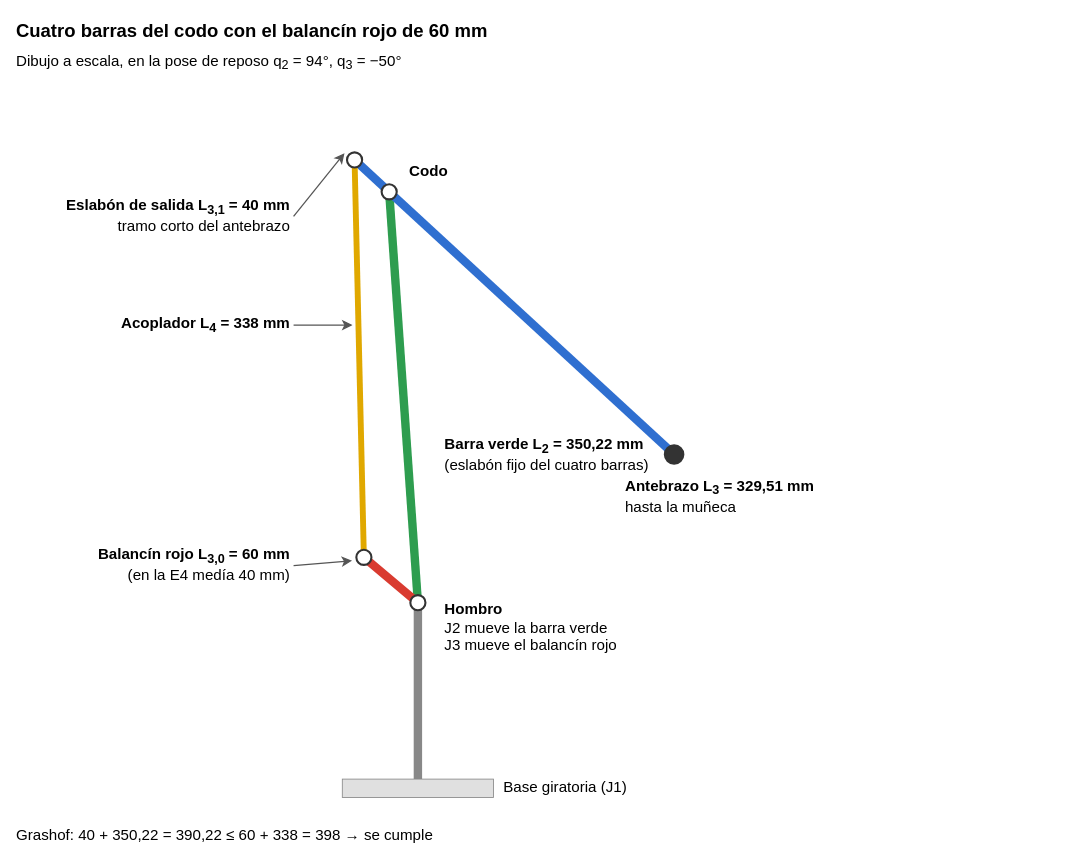
HecVelaz/recolector_de_frutas keeps this draw.io diagram as docs/TPF R1/Entrega 7/Diagramas/fig_cuatro_barras_60mm.drawio. Above is the earlier version. Source tidied: cells renumbered, new cells numbered last; positions are measured from the earlier drawing's top-left corner, leaving out a move shared by most shapes. Both pictures are drawn from the tidied source at 84%, with x=0, y=0 at pixel (14, 14).
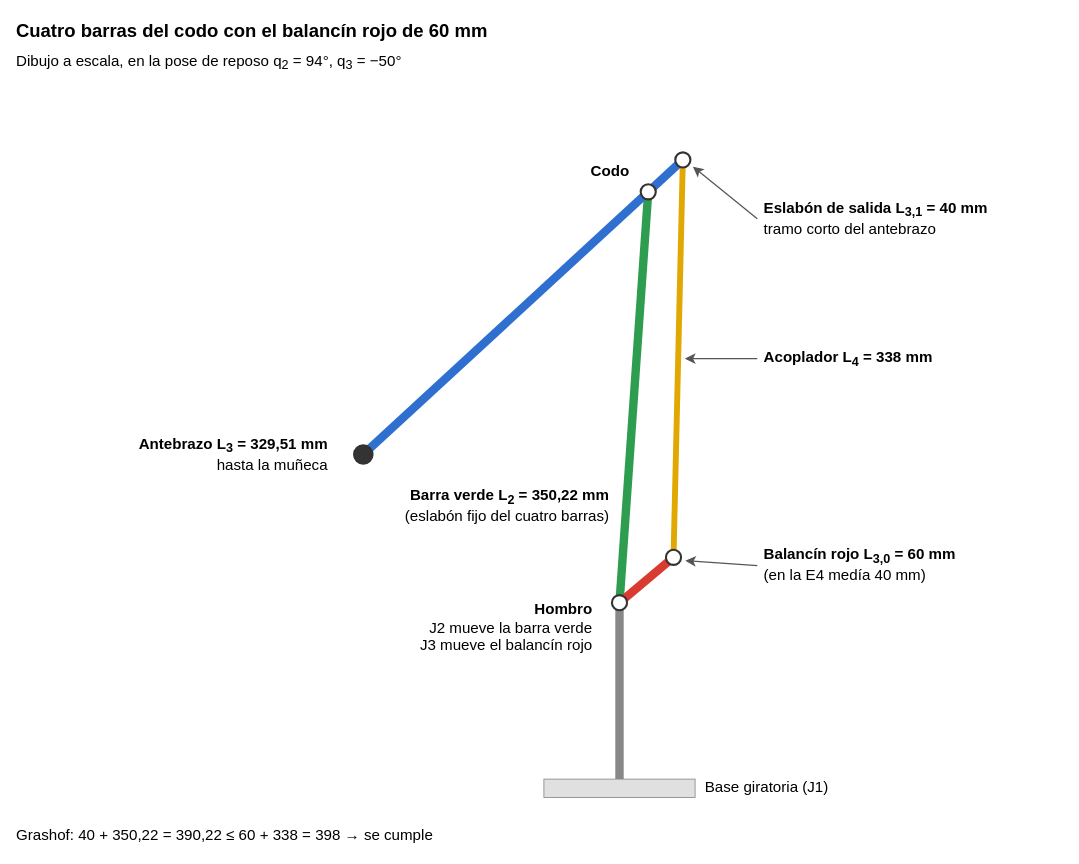
Above is the later version.

Commit message (it also covers changes not shown here):
Entrega 7: Fig. 3b espejada (antebrazo hacia la izquierda, como la Fig. 3)

Diff of the diagram source:
```diff
@@
     <mxCell id="2" style="rounded=0;fillColor=#e0e0e0;strokeColor=#888888;" parent="1" vertex="1">
-      <mxGeometry x="390" y="910" width="180" height="22" as="geometry" />
+      <mxGeometry x="630" y="910" width="180" height="22" as="geometry" />
     </mxCell>
     <mxCell id="3" style="endArrow=none;html=1;strokeColor=#888888;strokeWidth=10;rounded=0;" parent="1" edge="1">
       <mxGeometry relative="1" as="geometry">
-        <mxPoint x="480" y="910" as="sourcePoint" />
-        <mxPoint x="480" y="700" as="targetPoint" />
+        <mxPoint x="720" y="910" as="sourcePoint" />
+        <mxPoint x="720" y="700" as="targetPoint" />
       </mxGeometry>
     </mxCell>
     <mxCell id="4" style="endArrow=none;html=1;strokeColor=#2e9d4f;strokeWidth=10;rounded=0;" parent="1" edge="1">
       <mxGeometry relative="1" as="geometry">
-        <mxPoint x="480" y="700" as="sourcePoint" />
-        <mxPoint x="445.8" y="210.9" as="targetPoint" />
+        <mxPoint x="720" y="700" as="sourcePoint" />
+        <mxPoint x="754.2" y="210.9" as="targetPoint" />
       </mxGeometry>
     </mxCell>
     <mxCell id="5" style="endArrow=none;html=1;strokeColor=#2f6fd0;strokeWidth=10;rounded=0;" parent="1" edge="1">
       <mxGeometry relative="1" as="geometry">
-        <mxPoint x="445.8" y="210.9" as="sourcePoint" />
-        <mxPoint x="785" y="523.5" as="targetPoint" />
+        <mxPoint x="754.2" y="210.9" as="sourcePoint" />
+        <mxPoint x="415" y="523.5" as="targetPoint" />
       </mxGeometry>
     </mxCell>
     <mxCell id="6" style="endArrow=none;html=1;strokeColor=#2f6fd0;strokeWidth=10;rounded=0;" parent="1" edge="1">
       <mxGeometry relative="1" as="geometry">
-        <mxPoint x="445.8" y="210.9" as="sourcePoint" />
-        <mxPoint x="404.6" y="172.9" as="targetPoint" />
+        <mxPoint x="754.2" y="210.9" as="sourcePoint" />
+        <mxPoint x="795.4" y="172.9" as="targetPoint" />
       </mxGeometry>
     </mxCell>
     <mxCell id="7" style="endArrow=none;html=1;strokeColor=#d93b30;strokeWidth=10;rounded=0;" parent="1" edge="1">
       <mxGeometry relative="1" as="geometry">
-        <mxPoint x="480" y="700" as="sourcePoint" />
-        <mxPoint x="415.7" y="646" as="targetPoint" />
+        <mxPoint x="720" y="700" as="sourcePoint" />
+        <mxPoint x="784.3" y="646" as="targetPoint" />
       </mxGeometry>
     </mxCell>
     <mxCell id="8" style="endArrow=none;html=1;strokeColor=#e0a800;strokeWidth=7;rounded=0;" parent="1" edge="1">
       <mxGeometry relative="1" as="geometry">
-        <mxPoint x="415.7" y="646" as="sourcePoint" />
-        <mxPoint x="404.6" y="172.9" as="targetPoint" />
+        <mxPoint x="784.3" y="646" as="sourcePoint" />
+        <mxPoint x="795.4" y="172.9" as="targetPoint" />
       </mxGeometry>
     </mxCell>
     <mxCell id="9" style="ellipse;fillColor=#ffffff;strokeColor=#333333;strokeWidth=2.5;" parent="1" vertex="1">
-      <mxGeometry x="471" y="691" width="18" height="18" as="geometry" />
+      <mxGeometry x="711" y="691" width="18" height="18" as="geometry" />
     </mxCell>
     <mxCell id="10" style="ellipse;fillColor=#ffffff;strokeColor=#333333;strokeWidth=2.5;" parent="1" vertex="1">
-      <mxGeometry x="436.8" y="201.9" width="18" height="18" as="geometry" />
+      <mxGeometry x="745.2" y="201.9" width="18" height="18" as="geometry" />
     </mxCell>
     <mxCell id="11" style="ellipse;fillColor=#ffffff;strokeColor=#333333;strokeWidth=2.5;" parent="1" vertex="1">
-      <mxGeometry x="406.7" y="637" width="18" height="18" as="geometry" />
+      <mxGeometry x="775.3" y="637" width="18" height="18" as="geometry" />
     </mxCell>
     <mxCell id="12" style="ellipse;fillColor=#ffffff;strokeColor=#333333;strokeWidth=2.5;" parent="1" vertex="1">
-      <mxGeometry x="395.6" y="163.9" width="18" height="18" as="geometry" />
+      <mxGeometry x="786.4" y="163.9" width="18" height="18" as="geometry" />
     </mxCell>
     <mxCell id="13" style="ellipse;fillColor=#333333;strokeColor=#333333;strokeWidth=2.5;" parent="1" vertex="1">
-      <mxGeometry x="774" y="512.5" width="22" height="22" as="geometry" />
+      <mxGeometry x="404" y="512.5" width="22" height="22" as="geometry" />
     </mxCell>
     <mxCell id="14" value="&lt;b&gt;Cuatro barras del codo con el balancín rojo de 60 mm&lt;/b&gt;" style="text;html=1;align=left;verticalAlign=middle;whiteSpace=wrap;fontSize=22;fontFamily=Helvetica;" parent="1" vertex="1">
-      <mxGeometry width="900" height="40" as="geometry" />
+      <mxGeometry width="1000" height="40" as="geometry" />
     </mxCell>
     <mxCell id="15" value="Dibujo a escala, en la pose de reposo q&lt;sub&gt;2&lt;/sub&gt; = 94°, q&lt;sub&gt;3&lt;/sub&gt; = −50°" style="text;html=1;align=left;verticalAlign=middle;whiteSpace=wrap;fontSize=18;fontFamily=Helvetica;" parent="1" vertex="1">
-      <mxGeometry y="42" width="900" height="30" as="geometry" />
+      <mxGeometry y="42" width="1000" height="30" as="geometry" />
     </mxCell>
-    <mxCell id="16" value="&lt;b&gt;Hombro&lt;/b&gt;&lt;br&gt;J2 mueve la barra verde&lt;br&gt;J3 mueve el balancín rojo" style="text;html=1;align=left;verticalAlign=middle;whiteSpace=wrap;fontSize=18;fontFamily=Helvetica;" parent="1" vertex="1">
-      <mxGeometry x="510" y="690" width="300" height="80" as="geometry" />
+    <mxCell id="16" value="&lt;b&gt;Hombro&lt;/b&gt;&lt;br&gt;J2 mueve la barra verde&lt;br&gt;J3 mueve el balancín rojo" style="text;html=1;align=right;verticalAlign=middle;whiteSpace=wrap;fontSize=18;fontFamily=Helvetica;" parent="1" vertex="1">
+      <mxGeometry x="390" y="690" width="300" height="80" as="geometry" />
     </mxCell>
-    <mxCell id="17" value="&lt;b&gt;Balancín rojo L&lt;sub&gt;3,0&lt;/sub&gt; = 60 mm&lt;/b&gt;&lt;br&gt;(en la E4 medía 40 mm)" style="text;html=1;align=right;verticalAlign=middle;whiteSpace=wrap;fontSize=18;fontFamily=Helvetica;" parent="1" vertex="1">
-      <mxGeometry y="626" width="330" height="60" as="geometry" />
+    <mxCell id="17" value="&lt;b&gt;Balancín rojo L&lt;sub&gt;3,0&lt;/sub&gt; = 60 mm&lt;/b&gt;&lt;br&gt;(en la E4 medía 40 mm)" style="text;html=1;align=left;verticalAlign=middle;whiteSpace=wrap;fontSize=18;fontFamily=Helvetica;" parent="1" vertex="1">
+      <mxGeometry x="890" y="626" width="340" height="60" as="geometry" />
     </mxCell>
     <mxCell id="18" style="endArrow=classic;html=1;strokeColor=#555555;strokeWidth=1.5;endSize=8;" parent="1" edge="1">
       <mxGeometry relative="1" as="geometry">
-        <mxPoint x="332" y="656" as="sourcePoint" />
-        <mxPoint x="401.7" y="650" as="targetPoint" />
+        <mxPoint x="884" y="656" as="sourcePoint" />
+        <mxPoint x="798.3" y="650" as="targetPoint" />
       </mxGeometry>
     </mxCell>
-    <mxCell id="19" value="&lt;b&gt;Eslabón de salida L&lt;sub&gt;3,1&lt;/sub&gt; = 40 mm&lt;/b&gt;&lt;br&gt;tramo corto del antebrazo" style="text;html=1;align=right;verticalAlign=middle;whiteSpace=wrap;fontSize=18;fontFamily=Helvetica;" parent="1" vertex="1">
-      <mxGeometry y="210" width="330" height="60" as="geometry" />
+    <mxCell id="19" value="&lt;b&gt;Eslabón de salida L&lt;sub&gt;3,1&lt;/sub&gt; = 40 mm&lt;/b&gt;&lt;br&gt;tramo corto del antebrazo" style="text;html=1;align=left;verticalAlign=middle;whiteSpace=wrap;fontSize=18;fontFamily=Helvetica;" parent="1" vertex="1">
+      <mxGeometry x="890" y="212.9" width="360" height="60" as="geometry" />
     </mxCell>
     <mxCell id="20" style="endArrow=classic;html=1;strokeColor=#555555;strokeWidth=1.5;endSize=8;" parent="1" edge="1">
       <mxGeometry relative="1" as="geometry">
-        <mxPoint x="332" y="240" as="sourcePoint" />
-        <mxPoint x="392.6" y="164.9" as="targetPoint" />
+        <mxPoint x="884" y="242.9" as="sourcePoint" />
+        <mxPoint x="807.4" y="180.9" as="targetPoint" />
       </mxGeometry>
     </mxCell>
-    <mxCell id="21" value="&lt;b&gt;Acoplador L&lt;sub&gt;4&lt;/sub&gt; = 338 mm&lt;/b&gt;" style="text;html=1;align=right;verticalAlign=middle;whiteSpace=wrap;fontSize=18;fontFamily=Helvetica;" parent="1" vertex="1">
-      <mxGeometry y="349.5" width="330" height="40" as="geometry" />
+    <mxCell id="21" value="&lt;b&gt;Acoplador L&lt;sub&gt;4&lt;/sub&gt; = 338 mm&lt;/b&gt;" style="text;html=1;align=left;verticalAlign=middle;whiteSpace=wrap;fontSize=18;fontFamily=Helvetica;" parent="1" vertex="1">
+      <mxGeometry x="890" y="389.5" width="340" height="40" as="geometry" />
     </mxCell>
     <mxCell id="22" style="endArrow=classic;html=1;strokeColor=#555555;strokeWidth=1.5;endSize=8;" parent="1" edge="1">
       <mxGeometry relative="1" as="geometry">
-        <mxPoint x="332" y="369.5" as="sourcePoint" />
-        <mxPoint x="402.1" y="369.5" as="targetPoint" />
+        <mxPoint x="884" y="409.5" as="sourcePoint" />
+        <mxPoint x="797.9" y="409.5" as="targetPoint" />
       </mxGeometry>
     </mxCell>
-    <mxCell id="23" value="&lt;b&gt;Barra verde L&lt;sub&gt;2&lt;/sub&gt; = 350,22 mm&lt;/b&gt;&lt;br&gt;(eslabón fijo del cuatro barras)" style="text;html=1;align=left;verticalAlign=middle;whiteSpace=wrap;fontSize=18;fontFamily=Helvetica;" parent="1" vertex="1">
-      <mxGeometry x="510" y="495.4" width="330" height="60" as="geometry" />
+    <mxCell id="23" value="&lt;b&gt;Codo&lt;/b&gt;" style="text;html=1;align=right;verticalAlign=middle;whiteSpace=wrap;fontSize=18;fontFamily=Helvetica;" parent="1" vertex="1">
+      <mxGeometry x="614.2" y="170.9" width="120" height="30" as="geometry" />
     </mxCell>
-    <mxCell id="24" value="&lt;b&gt;Codo&lt;/b&gt;" style="text;html=1;align=left;verticalAlign=middle;whiteSpace=wrap;fontSize=18;fontFamily=Helvetica;" parent="1" vertex="1">
-      <mxGeometry x="467.8" y="170.9" width="120" height="30" as="geometry" />
+    <mxCell id="24" value="&lt;b&gt;Barra verde L&lt;sub&gt;2&lt;/sub&gt; = 350,22 mm&lt;/b&gt;&lt;br&gt;(eslabón fijo del cuatro barras)" style="text;html=1;align=right;verticalAlign=middle;whiteSpace=wrap;fontSize=18;fontFamily=Helvetica;" parent="1" vertex="1">
+      <mxGeometry x="370" y="555.4" width="340" height="60" as="geometry" />
     </mxCell>
-    <mxCell id="25" value="&lt;b&gt;Antebrazo L&lt;sub&gt;3&lt;/sub&gt; = 329,51 mm&lt;/b&gt;&lt;br&gt;hasta la muñeca" style="text;html=1;align=left;verticalAlign=middle;whiteSpace=wrap;fontSize=18;fontFamily=Helvetica;" parent="1" vertex="1">
-      <mxGeometry x="725" y="543.5" width="330" height="60" as="geometry" />
+    <mxCell id="25" value="&lt;b&gt;Antebrazo L&lt;sub&gt;3&lt;/sub&gt; = 329,51 mm&lt;/b&gt;&lt;br&gt;hasta la muñeca" style="text;html=1;align=right;verticalAlign=middle;whiteSpace=wrap;fontSize=18;fontFamily=Helvetica;" parent="1" vertex="1">
+      <mxGeometry x="45" y="493.5" width="330" height="60" as="geometry" />
     </mxCell>
     <mxCell id="26" value="Base giratoria (J1)" style="text;html=1;align=left;verticalAlign=middle;whiteSpace=wrap;fontSize=18;fontFamily=Helvetica;" parent="1" vertex="1">
-      <mxGeometry x="580" y="900" width="250" height="40" as="geometry" />
+      <mxGeometry x="820" y="900" width="250" height="40" as="geometry" />
     </mxCell>
     <mxCell id="27" value="Grashof: 40 + 350,22 = 390,22 ≤ 60 + 338 = 398 → se cumple" style="text;html=1;align=left;verticalAlign=middle;whiteSpace=wrap;fontSize=18;fontFamily=Helvetica;" parent="1" vertex="1">
-      <mxGeometry y="960" width="900" height="34" as="geometry" />
+      <mxGeometry y="960" width="1000" height="34" as="geometry" />
     </mxCell>
```
